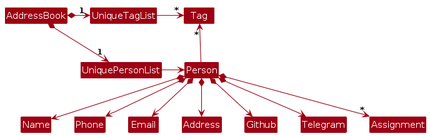
Above: diagrams/BetterModelClassDiagram.png in AY2425S1-CS2103T-T11-2/tp (PlantUML), before the change. Its source is kept beside it as diagrams/BetterModelClassDiagram.puml.
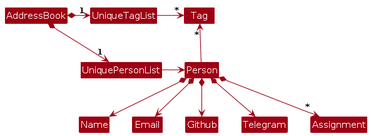
The same diagram one commit later.

The edit, as a diff of the source:
```diff
@@ -15,9 +15,7 @@
 Person -up-> "*" Tag
 
 Person *--> Name
-Person *--> Phone
 Person *--> Email
-Person *--> Address
 Person *--> Github
 Person *--> Telegram
 Person *--> "*" Assignment
```
